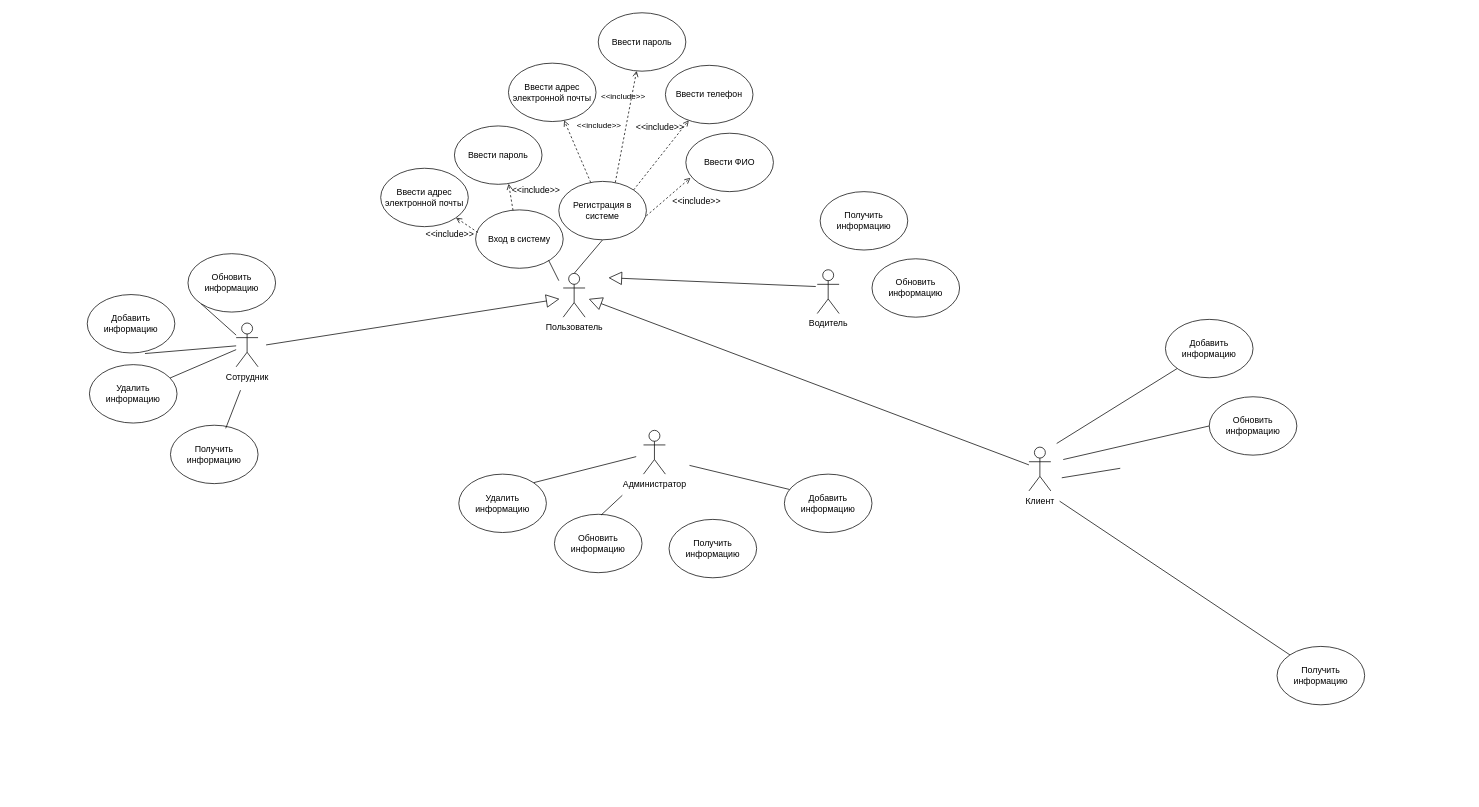
Alexander-Bankov/draw keeps this draw.io diagram as kursachIspolzovanie.drawio. Above is the earlier version. Source tidied: cells renumbered, new cells numbered last; positions are measured from the earlier drawing's top-left corner, leaving out a move shared by most shapes. Both pictures are drawn from the tidied source at 73%, with x=0, y=0 at pixel (87, 12).
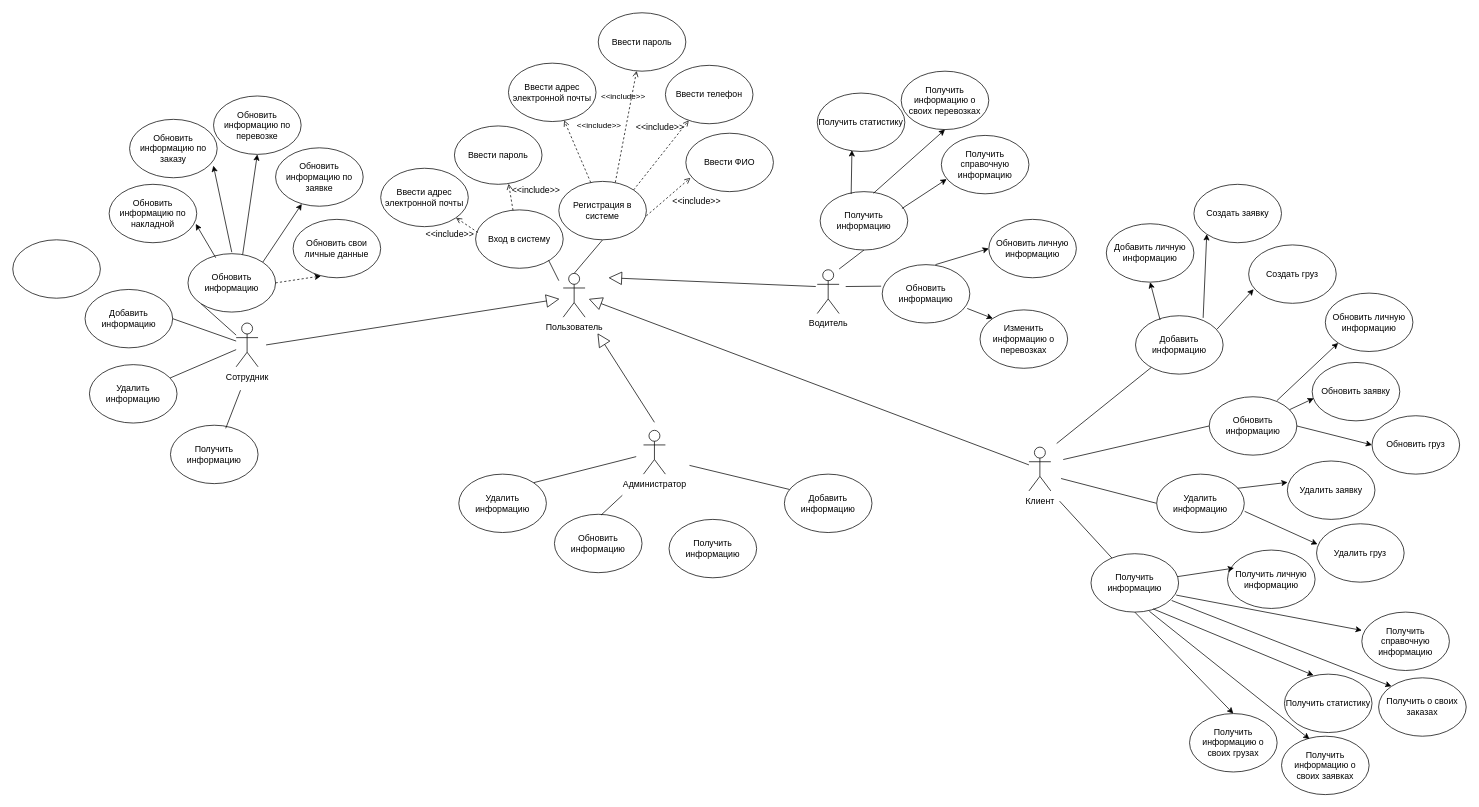
After the change.

Unchanged cells that the change refers to:
```xml
<mxCell id="3" value="Сотрудник" style="shape=umlActor;verticalLabelPosition=bottom;verticalAlign=top;html=1;outlineConnect=0;" parent="1" vertex="1">
  <mxGeometry x="204" y="425" width="30" height="60" as="geometry" />
</mxCell>
<mxCell id="13" value="Обновить информацию" style="ellipse;whiteSpace=wrap;html=1;" parent="1" vertex="1">
  <mxGeometry x="1537" y="526" width="120" height="80" as="geometry" />
</mxCell>
<mxCell id="27" value="Обновить информацию" style="ellipse;whiteSpace=wrap;html=1;" parent="1" vertex="1">
  <mxGeometry x="138" y="330" width="120" height="80" as="geometry" />
</mxCell>
<mxCell id="48" value="Получить информацию" style="ellipse;whiteSpace=wrap;html=1;" parent="1" vertex="1">
  <mxGeometry x="1004" y="245" width="120" height="80" as="geometry" />
</mxCell>
```

The edit, as a diff of the source:
```diff
@@
-    <mxCell id="7" style="rounded=0;orthogonalLoop=1;jettySize=auto;html=1;endArrow=none;startFill=0;" parent="1" edge="1">
+    <mxCell id="7" style="rounded=0;jettySize=auto;html=1;endArrow=none;startFill=0;entryX=0;entryY=0.5;entryDx=0;entryDy=0;" parent="1" edge="1" target="56">
       <mxGeometry relative="1" as="geometry">
-        <mxPoint x="1335" y="637" as="sourcePoint" />
-        <mxPoint x="1415.1" y="624" as="targetPoint" />
+        <mxPoint x="1334" y="638" as="sourcePoint" />
       </mxGeometry>
     </mxCell>
@@
     <mxCell id="14" value="Добавить информацию" style="ellipse;whiteSpace=wrap;html=1;" parent="1" vertex="1">
-      <mxGeometry x="1477" y="420" width="120" height="80" as="geometry" />
+      <mxGeometry x="1436" y="415" width="120" height="80" as="geometry" />
     </mxCell>
     <mxCell id="15" value="Получить информацию" style="ellipse;whiteSpace=wrap;html=1;" parent="1" vertex="1">
-      <mxGeometry x="1629.9" y="868" width="120" height="80" as="geometry" />
+      <mxGeometry x="1375" y="741" width="120" height="80" as="geometry" />
     </mxCell>
@@
     <mxCell id="21" value="Добавить информацию" style="ellipse;whiteSpace=wrap;html=1;" parent="1" vertex="1">
-      <mxGeometry y="386" width="120" height="80" as="geometry" />
+      <mxGeometry x="-3" y="379" width="120" height="80" as="geometry" />
     </mxCell>
@@
-    <mxCell id="26" style="rounded=0;jettySize=auto;html=1;entryX=0.659;entryY=1.01;entryDx=0;entryDy=0;entryPerimeter=0;endArrow=none;startFill=0;" parent="1" edge="1" source="3" target="21">
+    <mxCell id="26" style="rounded=0;jettySize=auto;html=1;endArrow=none;startFill=0;entryX=1;entryY=0.5;entryDx=0;entryDy=0;" parent="1" edge="1" source="3" target="21">
       <mxGeometry relative="1" as="geometry" />
     </mxCell>
@@
     <mxCell id="49" value="Обновить информацию" style="ellipse;whiteSpace=wrap;html=1;" parent="1" vertex="1">
-      <mxGeometry x="1075" y="337" width="120" height="80" as="geometry" />
+      <mxGeometry x="1089" y="345" width="120" height="80" as="geometry" />
     </mxCell>
@@
+    <mxCell id="54" value="Обновить свои личные данные" style="ellipse;whiteSpace=wrap;html=1;" parent="1" vertex="1">
+      <mxGeometry x="282" y="283" width="120" height="80" as="geometry" />
+    </mxCell>
+    <mxCell id="55" style="endArrow=classic;html=1;rounded=0;entryX=0.318;entryY=0.97;entryDx=0;entryDy=0;entryPerimeter=0;exitX=1;exitY=0.5;exitDx=0;exitDy=0;dashed=1;" parent="1" edge="1" source="27" target="54">
+      <mxGeometry relative="1" as="geometry" />
+    </mxCell>
+    <mxCell id="56" value="Удалить информацию" style="ellipse;whiteSpace=wrap;html=1;" parent="1" vertex="1">
+      <mxGeometry x="1465" y="632" width="120" height="80" as="geometry" />
+    </mxCell>
+    <mxCell id="57" value="Обновить личную информацию" style="ellipse;whiteSpace=wrap;html=1;" parent="1" vertex="1">
+      <mxGeometry x="1696" y="384" width="120" height="80" as="geometry" />
+    </mxCell>
+    <mxCell id="58" style="endArrow=block;endSize=16;endFill=0;html=1;rounded=0;" parent="1" edge="1">
+      <mxGeometry relative="1" as="geometry">
+        <mxPoint x="777" y="561" as="sourcePoint" />
+        <mxPoint x="699" y="439" as="targetPoint" />
+      </mxGeometry>
+    </mxCell>
+    <mxCell id="59" style="endArrow=classic;html=1;rounded=0;entryX=0.5;entryY=1;entryDx=0;entryDy=0;exitX=0.281;exitY=0.073;exitDx=0;exitDy=0;exitPerimeter=0;" parent="1" edge="1" source="14" target="60">
+      <mxGeometry relative="1" as="geometry" />
+    </mxCell>
+    <mxCell id="60" value="Добавить личную информацию" style="ellipse;whiteSpace=wrap;html=1;" parent="1" vertex="1">
+      <mxGeometry x="1396" y="289" width="120" height="80" as="geometry" />
+    </mxCell>
+    <mxCell id="61" value="Создать заявку" style="ellipse;whiteSpace=wrap;html=1;" parent="1" vertex="1">
+      <mxGeometry x="1516" y="235" width="120" height="80" as="geometry" />
+    </mxCell>
+    <mxCell id="62" value="Создать груз" style="ellipse;whiteSpace=wrap;html=1;" parent="1" vertex="1">
+      <mxGeometry x="1591" y="318" width="120" height="80" as="geometry" />
+    </mxCell>
+    <mxCell id="63" style="endArrow=classic;html=1;rounded=0;entryX=0.057;entryY=0.759;entryDx=0;entryDy=0;entryPerimeter=0;exitX=0.93;exitY=0.231;exitDx=0;exitDy=0;exitPerimeter=0;" parent="1" edge="1" source="14" target="62">
+      <mxGeometry relative="1" as="geometry" />
+    </mxCell>
+    <mxCell id="64" style="endArrow=classic;html=1;rounded=0;exitX=0.772;exitY=0.037;exitDx=0;exitDy=0;exitPerimeter=0;entryX=0;entryY=1;entryDx=0;entryDy=0;" parent="1" edge="1" source="14" target="61">
+      <mxGeometry relative="1" as="geometry" />
+    </mxCell>
+    <mxCell id="65" value="Удалить заявку" style="ellipse;whiteSpace=wrap;html=1;" parent="1" vertex="1">
+      <mxGeometry x="1644" y="614" width="120" height="80" as="geometry" />
+    </mxCell>
+    <mxCell id="66" value="Обновить груз" style="ellipse;whiteSpace=wrap;html=1;" parent="1" vertex="1">
+      <mxGeometry x="1760" y="552" width="120" height="80" as="geometry" />
+    </mxCell>
+    <mxCell id="67" value="Обновить заявку" style="ellipse;whiteSpace=wrap;html=1;" parent="1" vertex="1">
+      <mxGeometry x="1678" y="479" width="120" height="80" as="geometry" />
+    </mxCell>
+    <mxCell id="68" style="endArrow=classic;html=1;rounded=0;entryX=0;entryY=1;entryDx=0;entryDy=0;exitX=0.772;exitY=0.067;exitDx=0;exitDy=0;exitPerimeter=0;" parent="1" edge="1" source="13" target="57">
+      <mxGeometry relative="1" as="geometry" />
+    </mxCell>
+    <mxCell id="69" style="endArrow=classic;html=1;rounded=0;entryX=0.018;entryY=0.615;entryDx=0;entryDy=0;entryPerimeter=0;" parent="1" edge="1" source="13" target="67">
+      <mxGeometry relative="1" as="geometry" />
+    </mxCell>
+    <mxCell id="70" style="endArrow=classic;html=1;rounded=0;entryX=0;entryY=0.5;entryDx=0;entryDy=0;exitX=1;exitY=0.5;exitDx=0;exitDy=0;" parent="1" edge="1" source="13" target="66">
+      <mxGeometry relative="1" as="geometry" />
+    </mxCell>
+    <mxCell id="71" value="Удалить груз" style="ellipse;whiteSpace=wrap;html=1;" parent="1" vertex="1">
+      <mxGeometry x="1684" y="700" width="120" height="80" as="geometry" />
+    </mxCell>
+    <mxCell id="72" style="endArrow=classic;html=1;rounded=0;entryX=0.003;entryY=0.366;entryDx=0;entryDy=0;entryPerimeter=0;exitX=0.925;exitY=0.242;exitDx=0;exitDy=0;exitPerimeter=0;" parent="1" edge="1" source="56" target="65">
+      <mxGeometry relative="1" as="geometry" />
+    </mxCell>
+    <mxCell id="73" style="endArrow=classic;html=1;rounded=0;entryX=0.011;entryY=0.351;entryDx=0;entryDy=0;entryPerimeter=0;exitX=1.004;exitY=0.637;exitDx=0;exitDy=0;exitPerimeter=0;" parent="1" edge="1" source="56" target="71">
+      <mxGeometry relative="1" as="geometry" />
+    </mxCell>
+    <mxCell id="74" value="Получить справочную информацию" style="ellipse;whiteSpace=wrap;html=1;" parent="1" vertex="1">
+      <mxGeometry x="1746" y="821" width="120" height="80" as="geometry" />
+    </mxCell>
+    <mxCell id="75" value="Получить статистику" style="ellipse;whiteSpace=wrap;html=1;" parent="1" vertex="1">
+      <mxGeometry x="1640" y="906" width="120" height="80" as="geometry" />
+    </mxCell>
+    <mxCell id="76" value="Получить информацию о своих грузах" style="ellipse;whiteSpace=wrap;html=1;" parent="1" vertex="1">
+      <mxGeometry x="1510" y="960" width="120" height="80" as="geometry" />
+    </mxCell>
+    <mxCell id="77" value="Получить о своих заказах" style="ellipse;whiteSpace=wrap;html=1;" parent="1" vertex="1">
+      <mxGeometry x="1769" y="911" width="120" height="80" as="geometry" />
+    </mxCell>
+    <mxCell id="78" value="Получить информацию о своих заявках" style="ellipse;whiteSpace=wrap;html=1;" parent="1" vertex="1">
+      <mxGeometry x="1636" y="991" width="120" height="80" as="geometry" />
+    </mxCell>
+    <mxCell id="79" value="Получить личную информацию" style="ellipse;whiteSpace=wrap;html=1;" parent="1" vertex="1">
+      <mxGeometry x="1562" y="736" width="120" height="80" as="geometry" />
+    </mxCell>
+    <mxCell id="80" style="endArrow=classic;html=1;rounded=0;entryX=0.075;entryY=0.309;entryDx=0;entryDy=0;entryPerimeter=0;" parent="1" edge="1" source="15" target="79">
+      <mxGeometry relative="1" as="geometry" />
+    </mxCell>
+    <mxCell id="81" style="endArrow=classic;html=1;rounded=0;exitX=0.973;exitY=0.709;exitDx=0;exitDy=0;exitPerimeter=0;entryX=0;entryY=0.313;entryDx=0;entryDy=0;entryPerimeter=0;" parent="1" edge="1" source="15" target="74">
+      <mxGeometry relative="1" as="geometry" />
+    </mxCell>
+    <mxCell id="82" style="endArrow=classic;html=1;rounded=0;entryX=0;entryY=0;entryDx=0;entryDy=0;exitX=0.921;exitY=0.801;exitDx=0;exitDy=0;exitPerimeter=0;" parent="1" edge="1" source="15" target="77">
+      <mxGeometry relative="1" as="geometry" />
+    </mxCell>
+    <mxCell id="83" style="endArrow=classic;html=1;rounded=0;exitX=0.71;exitY=0.945;exitDx=0;exitDy=0;exitPerimeter=0;entryX=0.332;entryY=0.02;entryDx=0;entryDy=0;entryPerimeter=0;" parent="1" edge="1" source="15" target="75">
+      <mxGeometry relative="1" as="geometry" />
+    </mxCell>
+    <mxCell id="84" style="endArrow=classic;html=1;rounded=0;exitX=0.666;exitY=0.985;exitDx=0;exitDy=0;exitPerimeter=0;entryX=0.319;entryY=0.049;entryDx=0;entryDy=0;entryPerimeter=0;" parent="1" edge="1" source="15" target="78">
+      <mxGeometry relative="1" as="geometry" />
+    </mxCell>
+    <mxCell id="85" style="endArrow=classic;html=1;rounded=0;exitX=0.5;exitY=1;exitDx=0;exitDy=0;entryX=0.5;entryY=0;entryDx=0;entryDy=0;" parent="1" edge="1" source="15" target="76">
+      <mxGeometry relative="1" as="geometry" />
+    </mxCell>
+    <mxCell id="86" value="Получить статистику" style="ellipse;whiteSpace=wrap;html=1;" parent="1" vertex="1">
+      <mxGeometry x="1000" y="110" width="120" height="80" as="geometry" />
+    </mxCell>
+    <mxCell id="87" value="Получить справочную информацию" style="ellipse;whiteSpace=wrap;html=1;" parent="1" vertex="1">
+      <mxGeometry x="1170" y="168" width="120" height="80" as="geometry" />
+    </mxCell>
+    <mxCell id="88" value="Получить информацию о своих перевозках" style="ellipse;whiteSpace=wrap;html=1;" parent="1" vertex="1">
+      <mxGeometry x="1115" y="80" width="120" height="80" as="geometry" />
+    </mxCell>
+    <mxCell id="89" value="Обновить личную информацию" style="ellipse;whiteSpace=wrap;html=1;" parent="1" vertex="1">
+      <mxGeometry x="1235" y="283" width="120" height="80" as="geometry" />
+    </mxCell>
+    <mxCell id="90" value="Изменить информацию о перевозках" style="ellipse;whiteSpace=wrap;html=1;" parent="1" vertex="1">
+      <mxGeometry x="1223" y="407" width="120" height="80" as="geometry" />
+    </mxCell>
+    <mxCell id="91" style="endArrow=classic;html=1;rounded=0;entryX=0.5;entryY=1;entryDx=0;entryDy=0;exitX=0.609;exitY=0.027;exitDx=0;exitDy=0;exitPerimeter=0;" parent="1" edge="1" source="48" target="88">
+      <mxGeometry relative="1" as="geometry" />
+    </mxCell>
+    <mxCell id="92" style="endArrow=classic;html=1;rounded=0;exitX=0.354;exitY=0.04;exitDx=0;exitDy=0;exitPerimeter=0;entryX=0.396;entryY=0.978;entryDx=0;entryDy=0;entryPerimeter=0;" parent="1" edge="1" source="48" target="86">
+      <mxGeometry relative="1" as="geometry" />
+    </mxCell>
+    <mxCell id="93" style="endArrow=classic;html=1;rounded=0;entryX=0.061;entryY=0.749;entryDx=0;entryDy=0;entryPerimeter=0;exitX=0.933;exitY=0.29;exitDx=0;exitDy=0;exitPerimeter=0;" parent="1" edge="1" source="48" target="87">
+      <mxGeometry relative="1" as="geometry" />
+    </mxCell>
+    <mxCell id="94" style="endArrow=classic;html=1;rounded=0;exitX=0.608;exitY=0;exitDx=0;exitDy=0;exitPerimeter=0;entryX=0;entryY=0.5;entryDx=0;entryDy=0;" parent="1" edge="1" source="49" target="89">
+      <mxGeometry relative="1" as="geometry" />
+    </mxCell>
+    <mxCell id="95" style="endArrow=classic;html=1;rounded=0;entryX=0;entryY=0;entryDx=0;entryDy=0;exitX=0.971;exitY=0.751;exitDx=0;exitDy=0;exitPerimeter=0;" parent="1" edge="1" source="49" target="90">
+      <mxGeometry relative="1" as="geometry" />
+    </mxCell>
+    <mxCell id="96" style="endArrow=none;html=1;rounded=0;startFill=0;entryX=0.5;entryY=1;entryDx=0;entryDy=0;" parent="1" edge="1" target="48">
+      <mxGeometry relative="1" as="geometry">
+        <mxPoint x="1030" y="351" as="sourcePoint" />
+      </mxGeometry>
+    </mxCell>
+    <mxCell id="97" style="endArrow=none;html=1;rounded=0;entryX=-0.012;entryY=0.369;entryDx=0;entryDy=0;entryPerimeter=0;" parent="1" edge="1" target="49">
+      <mxGeometry relative="1" as="geometry">
+        <mxPoint x="1039" y="375" as="sourcePoint" />
+      </mxGeometry>
+    </mxCell>
+    <mxCell id="98" value="Обновить информацию по заявке" style="ellipse;whiteSpace=wrap;html=1;" parent="1" vertex="1">
+      <mxGeometry x="258" y="185" width="120" height="80" as="geometry" />
+    </mxCell>
+    <mxCell id="99" value="Обновить информацию по заказу" style="ellipse;whiteSpace=wrap;html=1;" parent="1" vertex="1">
+      <mxGeometry x="58" y="146" width="120" height="80" as="geometry" />
+    </mxCell>
+    <mxCell id="100" value="Обновить информацию по накладной" style="ellipse;whiteSpace=wrap;html=1;" parent="1" vertex="1">
+      <mxGeometry x="30" y="235" width="120" height="80" as="geometry" />
+    </mxCell>
+    <mxCell id="101" value="Обновить информацию по перевозке" style="ellipse;whiteSpace=wrap;html=1;" parent="1" vertex="1">
+      <mxGeometry x="173" y="114" width="120" height="80" as="geometry" />
+    </mxCell>
+    <mxCell id="102" style="endArrow=classic;html=1;rounded=0;entryX=0.299;entryY=0.961;entryDx=0;entryDy=0;entryPerimeter=0;exitX=1;exitY=0;exitDx=0;exitDy=0;" parent="1" edge="1" source="27" target="98">
+      <mxGeometry relative="1" as="geometry" />
+    </mxCell>
+    <mxCell id="103" style="endArrow=classic;html=1;rounded=0;entryX=0.5;entryY=1;entryDx=0;entryDy=0;exitX=0.624;exitY=0.017;exitDx=0;exitDy=0;exitPerimeter=0;" parent="1" edge="1" source="27" target="101">
+      <mxGeometry relative="1" as="geometry" />
+    </mxCell>
+    <mxCell id="104" style="endArrow=classic;html=1;rounded=0;entryX=0.957;entryY=0.793;entryDx=0;entryDy=0;entryPerimeter=0;" parent="1" edge="1" target="99">
+      <mxGeometry relative="1" as="geometry">
+        <mxPoint x="198" y="328" as="sourcePoint" />
+      </mxGeometry>
+    </mxCell>
+    <mxCell id="105" style="endArrow=classic;html=1;rounded=0;entryX=0.989;entryY=0.678;entryDx=0;entryDy=0;entryPerimeter=0;exitX=0.317;exitY=0.07;exitDx=0;exitDy=0;exitPerimeter=0;" parent="1" edge="1" source="27" target="100">
+      <mxGeometry relative="1" as="geometry" />
+    </mxCell>
+    <mxCell id="106" style="ellipse;whiteSpace=wrap;html=1;" parent="1" vertex="1">
+      <mxGeometry x="-102" y="311" width="120" height="80" as="geometry" />
+    </mxCell>
```
